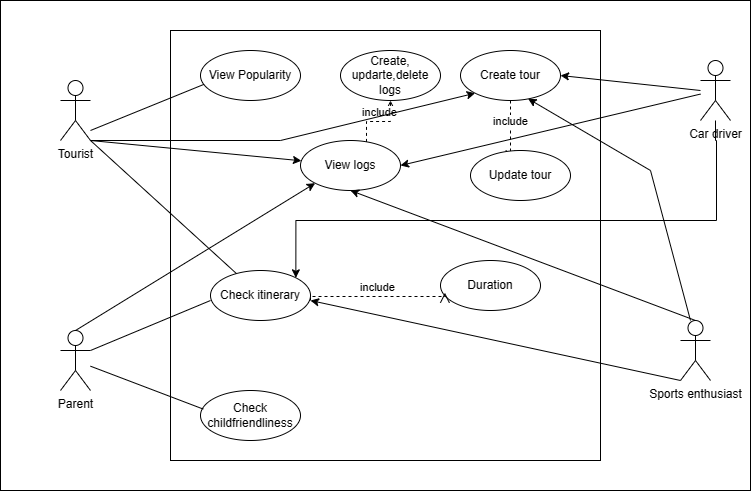
Earlier version of the draw.io export docs/Usecase_diagram.png (JosipDomazetDev/TourPlanner). Source tidied: cells renumbered, new cells last; positions are measured from the earlier drawing's top-left corner, leaving out a move shared by most shapes.
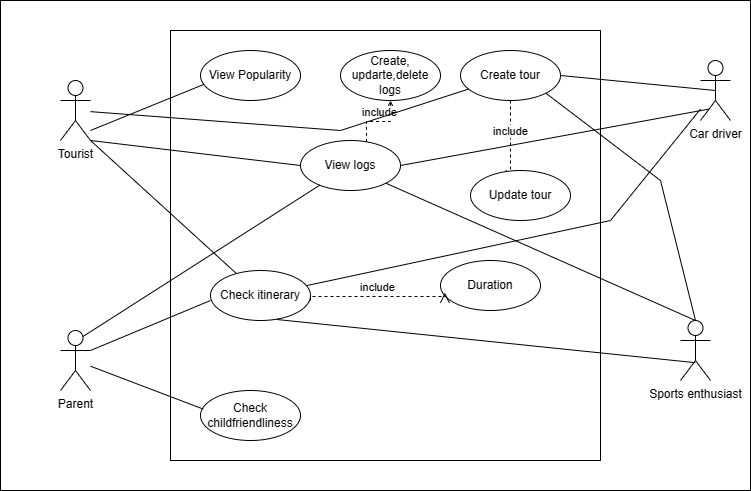
Above is the later version.

Commit message:
Sequence diagram und use case v2

Change to the diagram source:
```diff
@@ -45,24 +45,9 @@
     <mxCell id="14" value="Sports enthusiast" style="shape=umlActor;verticalLabelPosition=bottom;verticalAlign=top;html=1;" parent="1" vertex="1">
       <mxGeometry x="680" y="320" width="30" height="60" as="geometry" />
     </mxCell>
-    <mxCell id="15" style="edgeStyle=orthogonalEdgeStyle;rounded=0;jettySize=auto;html=1;entryX=1;entryY=0;entryDx=0;entryDy=0;" parent="1" edge="1" source="16" target="8">
-      <mxGeometry relative="1" as="geometry">
-        <Array as="points">
-          <mxPoint x="715" y="140" />
-          <mxPoint x="716" y="140" />
-          <mxPoint x="716" y="220" />
-          <mxPoint x="295" y="220" />
-        </Array>
-      </mxGeometry>
-    </mxCell>
     <mxCell id="16" value="Car driver" style="shape=umlActor;verticalLabelPosition=bottom;verticalAlign=top;html=1;" parent="1" vertex="1">
       <mxGeometry x="700" y="60" width="30" height="60" as="geometry" />
     </mxCell>
-    <mxCell id="17" style="endArrow=classic;html=1;rounded=0;exitX=0;exitY=1;exitDx=0;exitDy=0;exitPerimeter=0;" parent="1" edge="1" source="14">
-      <mxGeometry relative="1" as="geometry">
-        <mxPoint x="310" y="300" as="targetPoint" />
-      </mxGeometry>
-    </mxCell>
     <mxCell id="18" value="include" style="html=1;verticalAlign=bottom;endArrow=open;dashed=1;endSize=8;edgeStyle=elbowEdgeStyle;elbow=vertical;curved=0;rounded=0;entryX=0.044;entryY=0.644;entryDx=0;entryDy=0;entryPerimeter=0;" parent="1" edge="1" target="13">
       <mxGeometry relative="1" as="geometry">
         <mxPoint x="310" y="300" as="sourcePoint" />
@@ -71,18 +56,6 @@
     <mxCell id="19" value="View logs" style="ellipse;whiteSpace=wrap;html=1;" parent="1" vertex="1">
       <mxGeometry x="300" y="140" width="100" height="50" as="geometry" />
     </mxCell>
-    <mxCell id="20" style="endArrow=classic;html=1;rounded=0;exitX=1;exitY=1;exitDx=0;exitDy=0;exitPerimeter=0;" parent="1" edge="1" source="5" target="19">
-      <mxGeometry relative="1" as="geometry" />
-    </mxCell>
-    <mxCell id="21" style="endArrow=classic;html=1;rounded=0;entryX=1;entryY=0.5;entryDx=0;entryDy=0;" parent="1" edge="1" source="16" target="19">
-      <mxGeometry relative="1" as="geometry" />
-    </mxCell>
-    <mxCell id="22" style="endArrow=classic;html=1;rounded=0;entryX=0.5;entryY=1;entryDx=0;entryDy=0;exitX=0.5;exitY=0;exitDx=0;exitDy=0;exitPerimeter=0;" parent="1" edge="1" source="14" target="19">
-      <mxGeometry relative="1" as="geometry" />
-    </mxCell>
-    <mxCell id="23" style="endArrow=classic;html=1;rounded=0;exitX=0.5;exitY=0;exitDx=0;exitDy=0;exitPerimeter=0;entryX=0;entryY=1;entryDx=0;entryDy=0;" parent="1" edge="1" source="3" target="19">
-      <mxGeometry relative="1" as="geometry" />
-    </mxCell>
     <mxCell id="24" value="Create, updarte,delete logs" style="ellipse;whiteSpace=wrap;html=1;" parent="1" vertex="1">
       <mxGeometry x="340" y="50" width="100" height="50" as="geometry" />
     </mxCell>
@@ -92,32 +65,50 @@
     <mxCell id="26" value="Create tour" style="ellipse;whiteSpace=wrap;html=1;" parent="1" vertex="1">
       <mxGeometry x="460" y="50" width="100" height="50" as="geometry" />
     </mxCell>
-    <mxCell id="27" style="endArrow=classic;html=1;rounded=0;entryX=0;entryY=1;entryDx=0;entryDy=0;" parent="1" edge="1" target="26">
-      <mxGeometry relative="1" as="geometry">
-        <mxPoint x="90" y="140" as="sourcePoint" />
-        <Array as="points">
-          <mxPoint x="280" y="140" />
-        </Array>
-      </mxGeometry>
-    </mxCell>
-    <mxCell id="28" style="endArrow=classic;html=1;rounded=0;entryX=1;entryY=0.5;entryDx=0;entryDy=0;" parent="1" edge="1" target="26">
-      <mxGeometry relative="1" as="geometry">
-        <mxPoint x="700" y="90" as="sourcePoint" />
-      </mxGeometry>
-    </mxCell>
-    <mxCell id="29" style="endArrow=classic;html=1;rounded=0;entryX=0.676;entryY=0.964;entryDx=0;entryDy=0;entryPerimeter=0;" parent="1" edge="1" target="26">
-      <mxGeometry relative="1" as="geometry">
-        <mxPoint x="690" y="320" as="sourcePoint" />
-        <Array as="points">
-          <mxPoint x="650" y="170" />
-        </Array>
-      </mxGeometry>
-    </mxCell>
     <mxCell id="30" value="include" style="html=1;verticalAlign=bottom;endArrow=open;dashed=1;endSize=8;edgeStyle=elbowEdgeStyle;elbow=vertical;curved=0;rounded=0;entryX=0.4;entryY=0.2;entryDx=0;entryDy=0;entryPerimeter=0;exitX=0.5;exitY=1;exitDx=0;exitDy=0;" parent="1" edge="1" source="26" target="31">
       <mxGeometry relative="1" as="geometry" />
     </mxCell>
     <mxCell id="31" value="Update tour" style="ellipse;whiteSpace=wrap;html=1;" parent="1" vertex="1">
-      <mxGeometry x="470" y="150" width="100" height="50" as="geometry" />
+      <mxGeometry x="470" y="170" width="100" height="50" as="geometry" />
     </mxCell>
+    <mxCell id="20" style="endArrow=none;html=1;rounded=0;exitX=1;exitY=1;exitDx=0;exitDy=0;exitPerimeter=0;entryX=0;entryY=0.5;entryDx=0;entryDy=0;" parent="1" edge="1" source="5" target="19">
+      <mxGeometry relative="1" as="geometry" />
+    </mxCell>
+    <mxCell id="32" style="endArrow=none;html=1;rounded=0;" parent="1" edge="1" source="5" target="26">
+      <mxGeometry relative="1" as="geometry">
+        <Array as="points">
+          <mxPoint x="340" y="130" />
+        </Array>
+      </mxGeometry>
+    </mxCell>
+    <mxCell id="33" style="endArrow=none;html=1;rounded=0;entryX=0.5;entryY=0.5;entryDx=0;entryDy=0;entryPerimeter=0;exitX=1;exitY=0.5;exitDx=0;exitDy=0;" parent="1" edge="1" source="26" target="16">
+      <mxGeometry relative="1" as="geometry" />
+    </mxCell>
+    <mxCell id="34" style="endArrow=none;html=1;rounded=0;entryX=1;entryY=1;entryDx=0;entryDy=0;exitX=0.5;exitY=0;exitDx=0;exitDy=0;exitPerimeter=0;" parent="1" edge="1" source="14" target="26">
+      <mxGeometry relative="1" as="geometry">
+        <Array as="points">
+          <mxPoint x="660" y="180" />
+        </Array>
+      </mxGeometry>
+    </mxCell>
+    <mxCell id="21" style="endArrow=none;html=1;rounded=0;entryX=1;entryY=0.5;entryDx=0;entryDy=0;exitX=0.28;exitY=0.81;exitDx=0;exitDy=0;exitPerimeter=0;" parent="1" edge="1" source="16" target="19">
+      <mxGeometry relative="1" as="geometry" />
+    </mxCell>
+    <mxCell id="35" style="endArrow=none;html=1;rounded=0;" parent="1" edge="1" source="8" target="16">
+      <mxGeometry relative="1" as="geometry">
+        <Array as="points">
+          <mxPoint x="610" y="220" />
+        </Array>
+      </mxGeometry>
+    </mxCell>
+    <mxCell id="36" style="endArrow=none;html=1;rounded=0;exitX=0.664;exitY=0.98;exitDx=0;exitDy=0;exitPerimeter=0;entryX=0.493;entryY=0.703;entryDx=0;entryDy=0;entryPerimeter=0;" parent="1" edge="1" source="8" target="14">
+      <mxGeometry relative="1" as="geometry" />
+    </mxCell>
+    <mxCell id="22" style="endArrow=none;html=1;rounded=0;entryX=1;entryY=1;entryDx=0;entryDy=0;exitX=0.5;exitY=0;exitDx=0;exitDy=0;exitPerimeter=0;" parent="1" edge="1" source="14" target="19">
+      <mxGeometry relative="1" as="geometry" />
+    </mxCell>
+    <mxCell id="23" style="endArrow=none;html=1;rounded=0;exitX=0.75;exitY=0.1;exitDx=0;exitDy=0;exitPerimeter=0;" parent="1" edge="1" source="3" target="19">
+      <mxGeometry relative="1" as="geometry" />
+    </mxCell>
   </root>
 </mxGraphModel>
```
